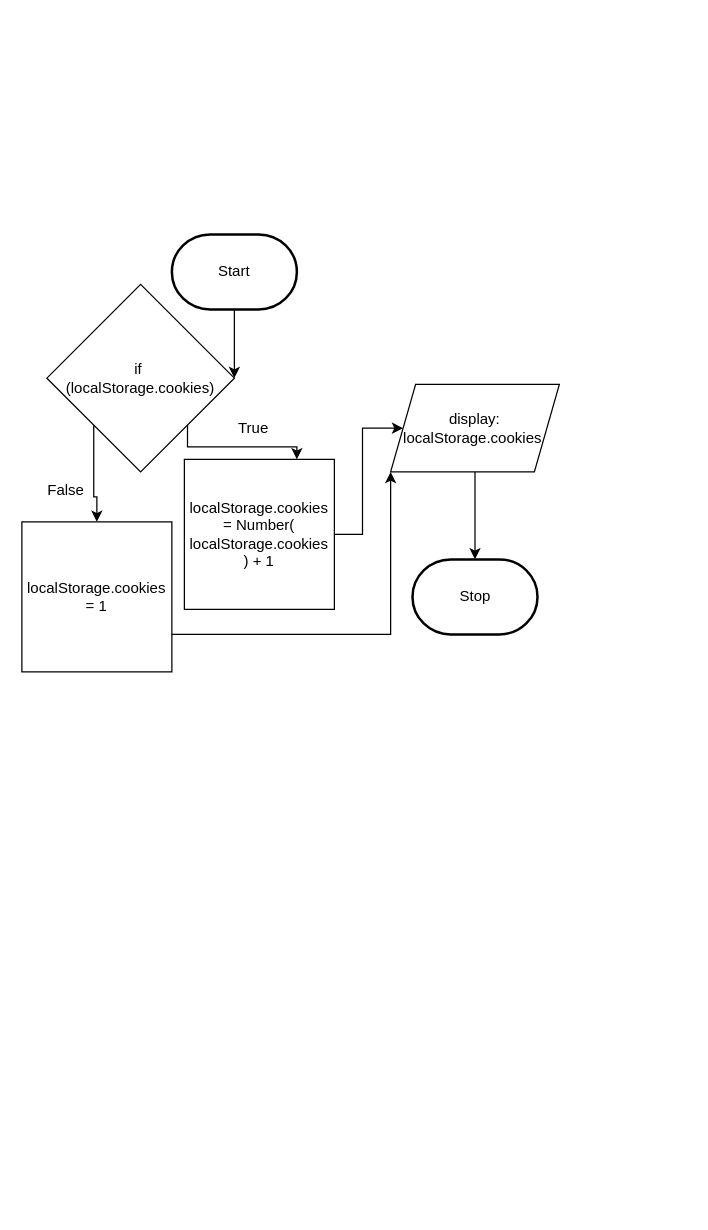
Before: design/flowchart.drawio in pablo-fiallos-granados/ICD2O-Final-Project-pablo-fiallos-granados, a draw.io diagram. Source tidied: cells renumbered, new cells numbered last; positions are measured from the earlier drawing's top-left corner, leaving out a move shared by most shapes. Both pictures are drawn from the tidied source at 125%, with x=0, y=0 at pixel (21, 234).
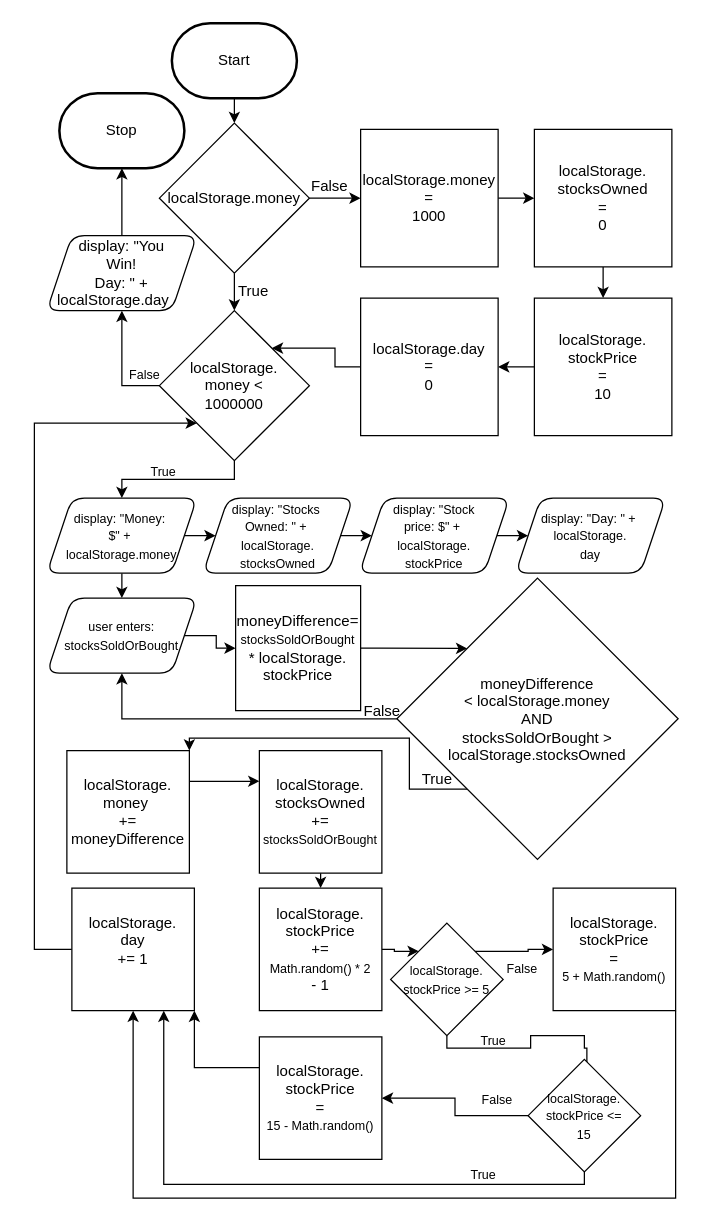
The same page after the edit.

Commit message (it also covers changes not shown here):
storyboard, flowchart

The edit, as a diff of the source:
```diff
@@
-    <mxCell id="2" style="edgeStyle=orthogonalEdgeStyle;html=1;rounded=0;entryX=1;entryY=0.5;entryDx=0;entryDy=0;" parent="1" edge="1" source="3" target="11">
-      <mxGeometry relative="1" as="geometry">
-        <Array as="points">
-          <mxPoint x="170" y="110" />
-        </Array>
-      </mxGeometry>
-    </mxCell>
+    <mxCell id="16" style="edgeStyle=orthogonalEdgeStyle;rounded=0;html=1;exitX=0.5;exitY=1;exitDx=0;exitDy=0;exitPerimeter=0;entryX=0.5;entryY=0;entryDx=0;entryDy=0;" parent="1" edge="1" source="3" target="19">
+      <mxGeometry relative="1" as="geometry" />
+    </mxCell>
     <mxCell id="3" value="Start" style="strokeWidth=2;html=1;shape=mxgraph.flowchart.terminator;whiteSpace=wrap;" parent="1" vertex="1">
-      <mxGeometry x="120" width="100" height="60" as="geometry" />
+      <mxGeometry x="120" y="-169" width="100" height="60" as="geometry" />
     </mxCell>
     <mxCell id="4" value="Stop" style="strokeWidth=2;html=1;shape=mxgraph.flowchart.terminator;whiteSpace=wrap;" parent="1" vertex="1">
-      <mxGeometry x="312.5" y="260" width="100" height="60" as="geometry" />
+      <mxGeometry x="30" y="-113" width="100" height="60" as="geometry" />
     </mxCell>
-    <mxCell id="5" style="edgeStyle=orthogonalEdgeStyle;html=1;entryX=0;entryY=0.5;entryDx=0;entryDy=0;rounded=0;" parent="1" edge="1" source="6" target="8">
-      <mxGeometry relative="1" as="geometry" />
-    </mxCell>
-    <mxCell id="6" value="localStorage.cookies&lt;br&gt;= Number(&lt;br&gt;localStorage.cookies&lt;br&gt;) + 1" style="whiteSpace=wrap;html=1;" parent="1" vertex="1">
-      <mxGeometry x="130" y="180" width="120" height="120" as="geometry" />
-    </mxCell>
-    <mxCell id="7" style="edgeStyle=orthogonalEdgeStyle;rounded=0;html=1;exitX=0.5;exitY=1;exitDx=0;exitDy=0;entryX=0.5;entryY=0;entryDx=0;entryDy=0;entryPerimeter=0;" parent="1" edge="1" source="8" target="4">
-      <mxGeometry relative="1" as="geometry" />
-    </mxCell>
-    <mxCell id="8" value="display:&lt;br&gt;localStorage.cookies&amp;nbsp;" style="shape=parallelogram;perimeter=parallelogramPerimeter;whiteSpace=wrap;html=1;fixedSize=1;" parent="1" vertex="1">
-      <mxGeometry x="295" y="120" width="135" height="70" as="geometry" />
-    </mxCell>
-    <mxCell id="9" style="edgeStyle=orthogonalEdgeStyle;rounded=0;html=1;exitX=1;exitY=1;exitDx=0;exitDy=0;entryX=0.75;entryY=0;entryDx=0;entryDy=0;" parent="1" edge="1" source="11" target="6">
-      <mxGeometry relative="1" as="geometry">
-        <Array as="points">
-          <mxPoint x="132" y="170" />
-          <mxPoint x="220" y="170" />
-        </Array>
-      </mxGeometry>
-    </mxCell>
-    <mxCell id="10" style="edgeStyle=orthogonalEdgeStyle;rounded=0;html=1;exitX=0;exitY=1;exitDx=0;exitDy=0;entryX=0.5;entryY=0;entryDx=0;entryDy=0;" parent="1" edge="1" source="11" target="15">
-      <mxGeometry relative="1" as="geometry" />
-    </mxCell>
-    <mxCell id="11" value="if&amp;nbsp;&lt;br&gt;(localStorage.cookies)" style="rhombus;whiteSpace=wrap;html=1;" parent="1" vertex="1">
-      <mxGeometry x="20" y="40" width="150" height="150" as="geometry" />
-    </mxCell>
+    <mxCell id="17" style="edgeStyle=orthogonalEdgeStyle;rounded=0;html=1;exitX=1;exitY=0.5;exitDx=0;exitDy=0;entryX=0;entryY=0.5;entryDx=0;entryDy=0;" parent="1" edge="1" source="19" target="21">
+      <mxGeometry relative="1" as="geometry" />
+    </mxCell>
+    <mxCell id="18" style="edgeStyle=orthogonalEdgeStyle;rounded=0;html=1;exitX=0.5;exitY=1;exitDx=0;exitDy=0;entryX=0.5;entryY=0;entryDx=0;entryDy=0;" parent="1" edge="1" source="19" target="30">
+      <mxGeometry relative="1" as="geometry" />
+    </mxCell>
+    <mxCell id="19" value="localStorage.money&lt;br&gt;" style="rhombus;whiteSpace=wrap;html=1;" parent="1" vertex="1">
+      <mxGeometry x="110" y="-89" width="120" height="120" as="geometry" />
+    </mxCell>
+    <mxCell id="20" style="edgeStyle=orthogonalEdgeStyle;rounded=0;html=1;exitX=1;exitY=0.5;exitDx=0;exitDy=0;entryX=0;entryY=0.5;entryDx=0;entryDy=0;" parent="1" edge="1" source="21" target="23">
+      <mxGeometry relative="1" as="geometry" />
+    </mxCell>
+    <mxCell id="21" value="localStorage.money&lt;br&gt;=&lt;br&gt;1000" style="whiteSpace=wrap;html=1;" parent="1" vertex="1">
+      <mxGeometry x="271" y="-84" width="110" height="110" as="geometry" />
+    </mxCell>
+    <mxCell id="13" value="False" style="text;html=1;align=center;verticalAlign=middle;strokeColor=none;fillColor=none;" parent="1" vertex="1">
+      <mxGeometry x="221" y="-53" width="50" height="30" as="geometry" />
+    </mxCell>
     <mxCell id="12" value="True" style="text;html=1;align=center;verticalAlign=middle;strokeColor=none;fillColor=none;" parent="1" vertex="1">
-      <mxGeometry x="160" y="140" width="50" height="30" as="geometry" />
+      <mxGeometry x="160" y="31" width="50" height="30" as="geometry" />
     </mxCell>
-    <mxCell id="13" value="False" style="text;html=1;align=center;verticalAlign=middle;strokeColor=none;fillColor=none;" parent="1" vertex="1">
-      <mxGeometry x="10" y="190" width="50" height="30" as="geometry" />
-    </mxCell>
-    <mxCell id="14" style="edgeStyle=orthogonalEdgeStyle;rounded=0;html=1;exitX=1;exitY=0.75;exitDx=0;exitDy=0;entryX=0;entryY=1;entryDx=0;entryDy=0;" parent="1" edge="1" source="15" target="8">
-      <mxGeometry relative="1" as="geometry" />
-    </mxCell>
-    <mxCell id="15" value="localStorage.cookies&lt;br&gt;= 1" style="whiteSpace=wrap;html=1;" parent="1" vertex="1">
-      <mxGeometry y="230" width="120" height="120" as="geometry" />
-    </mxCell>
+    <mxCell id="22" style="edgeStyle=orthogonalEdgeStyle;rounded=0;html=1;exitX=0.5;exitY=1;exitDx=0;exitDy=0;entryX=0.5;entryY=0;entryDx=0;entryDy=0;" parent="1" edge="1" source="23" target="25">
+      <mxGeometry relative="1" as="geometry" />
+    </mxCell>
+    <mxCell id="23" value="localStorage.&lt;br&gt;stocksOwned&lt;br&gt;=&lt;br&gt;0" style="whiteSpace=wrap;html=1;" parent="1" vertex="1">
+      <mxGeometry x="410" y="-84" width="110" height="110" as="geometry" />
+    </mxCell>
+    <mxCell id="24" style="edgeStyle=orthogonalEdgeStyle;rounded=0;html=1;exitX=0;exitY=0.5;exitDx=0;exitDy=0;entryX=1;entryY=0.5;entryDx=0;entryDy=0;" parent="1" edge="1" source="25" target="27">
+      <mxGeometry relative="1" as="geometry" />
+    </mxCell>
+    <mxCell id="25" value="localStorage.&lt;br&gt;stockPrice&lt;br&gt;=&lt;br&gt;10" style="whiteSpace=wrap;html=1;" parent="1" vertex="1">
+      <mxGeometry x="410" y="51" width="110" height="110" as="geometry" />
+    </mxCell>
+    <mxCell id="26" style="edgeStyle=orthogonalEdgeStyle;rounded=0;html=1;exitX=0;exitY=0.5;exitDx=0;exitDy=0;entryX=1;entryY=0;entryDx=0;entryDy=0;" parent="1" edge="1" source="27" target="30">
+      <mxGeometry relative="1" as="geometry" />
+    </mxCell>
+    <mxCell id="27" value="localStorage.day&lt;br&gt;=&lt;br&gt;0" style="whiteSpace=wrap;html=1;" parent="1" vertex="1">
+      <mxGeometry x="271" y="51" width="110" height="110" as="geometry" />
+    </mxCell>
+    <mxCell id="28" style="edgeStyle=orthogonalEdgeStyle;rounded=0;html=1;exitX=0;exitY=0.5;exitDx=0;exitDy=0;entryX=0.5;entryY=1;entryDx=0;entryDy=0;" parent="1" edge="1" source="30" target="32">
+      <mxGeometry relative="1" as="geometry" />
+    </mxCell>
+    <mxCell id="29" style="edgeStyle=orthogonalEdgeStyle;rounded=0;html=1;exitX=0.5;exitY=1;exitDx=0;exitDy=0;entryX=0.5;entryY=0;entryDx=0;entryDy=0;fontSize=10;" parent="1" edge="1" source="30" target="35">
+      <mxGeometry relative="1" as="geometry" />
+    </mxCell>
+    <mxCell id="30" value="localStorage.&lt;br&gt;money &amp;lt;&lt;br&gt;1000000" style="rhombus;whiteSpace=wrap;html=1;" parent="1" vertex="1">
+      <mxGeometry x="110" y="61" width="120" height="120" as="geometry" />
+    </mxCell>
+    <mxCell id="31" style="edgeStyle=orthogonalEdgeStyle;rounded=0;html=1;exitX=0.5;exitY=0;exitDx=0;exitDy=0;entryX=0.5;entryY=1;entryDx=0;entryDy=0;entryPerimeter=0;" parent="1" edge="1" source="32" target="4">
+      <mxGeometry relative="1" as="geometry" />
+    </mxCell>
+    <mxCell id="32" value="display: &quot;You &lt;br&gt;Win!&lt;br&gt;Day: &quot; + &lt;br&gt;localStorage.day&amp;nbsp; &amp;nbsp;&amp;nbsp;" style="shape=parallelogram;perimeter=parallelogramPerimeter;whiteSpace=wrap;html=1;fixedSize=1;rounded=1;" parent="1" vertex="1">
+      <mxGeometry x="20" y="1" width="120" height="60" as="geometry" />
+    </mxCell>
+    <mxCell id="33" style="edgeStyle=orthogonalEdgeStyle;rounded=0;html=1;exitX=1;exitY=0.5;exitDx=0;exitDy=0;entryX=0;entryY=0.5;entryDx=0;entryDy=0;fontSize=10;" parent="1" edge="1" source="35" target="37">
+      <mxGeometry relative="1" as="geometry" />
+    </mxCell>
+    <mxCell id="34" style="edgeStyle=orthogonalEdgeStyle;rounded=0;html=1;exitX=0.5;exitY=1;exitDx=0;exitDy=0;entryX=0.5;entryY=0;entryDx=0;entryDy=0;fontSize=10;" parent="1" edge="1" source="35" target="42">
+      <mxGeometry relative="1" as="geometry" />
+    </mxCell>
+    <mxCell id="35" value="&lt;font style=&quot;font-size: 10px;&quot;&gt;display: &quot;Money:&amp;nbsp;&lt;br&gt;$&quot; +&amp;nbsp;&lt;br&gt;localStorage.money&lt;/font&gt;" style="shape=parallelogram;perimeter=parallelogramPerimeter;whiteSpace=wrap;html=1;fixedSize=1;rounded=1;" parent="1" vertex="1">
+      <mxGeometry x="20" y="211" width="120" height="60" as="geometry" />
+    </mxCell>
+    <mxCell id="36" style="edgeStyle=orthogonalEdgeStyle;rounded=0;html=1;exitX=1;exitY=0.5;exitDx=0;exitDy=0;entryX=0;entryY=0.5;entryDx=0;entryDy=0;fontSize=10;" parent="1" edge="1" source="37" target="39">
+      <mxGeometry relative="1" as="geometry">
+        <Array as="points">
+          <mxPoint x="280" y="241" />
+          <mxPoint x="280" y="241" />
+        </Array>
+      </mxGeometry>
+    </mxCell>
+    <mxCell id="37" value="&lt;font style=&quot;font-size: 10px;&quot;&gt;display: &quot;Stocks&amp;nbsp;&lt;br&gt;Owned: &quot; +&amp;nbsp;&lt;br&gt;localStorage.&lt;br&gt;stocksOwned&lt;br&gt;&lt;/font&gt;" style="shape=parallelogram;perimeter=parallelogramPerimeter;whiteSpace=wrap;html=1;fixedSize=1;rounded=1;" parent="1" vertex="1">
+      <mxGeometry x="145" y="211" width="120" height="60" as="geometry" />
+    </mxCell>
+    <mxCell id="38" style="edgeStyle=orthogonalEdgeStyle;rounded=0;html=1;exitX=1;exitY=0.5;exitDx=0;exitDy=0;entryX=0;entryY=0.5;entryDx=0;entryDy=0;fontSize=10;" parent="1" edge="1" source="39" target="40">
+      <mxGeometry relative="1" as="geometry">
+        <Array as="points">
+          <mxPoint x="400" y="241" />
+          <mxPoint x="400" y="241" />
+        </Array>
+      </mxGeometry>
+    </mxCell>
+    <mxCell id="39" value="&lt;font style=&quot;&quot;&gt;&lt;span style=&quot;font-size: 10px;&quot;&gt;display: &quot;Stock &lt;br&gt;price: $&quot; +&amp;nbsp;&lt;/span&gt;&lt;br&gt;&lt;span style=&quot;font-size: 10px;&quot;&gt;localStorage.&lt;/span&gt;&lt;br&gt;&lt;span style=&quot;font-size: 10px;&quot;&gt;stockPrice&lt;/span&gt;&lt;br&gt;&lt;/font&gt;" style="shape=parallelogram;perimeter=parallelogramPerimeter;whiteSpace=wrap;html=1;fixedSize=1;rounded=1;" parent="1" vertex="1">
+      <mxGeometry x="270" y="211" width="120" height="60" as="geometry" />
+    </mxCell>
+    <mxCell id="40" value="&lt;font style=&quot;&quot;&gt;&lt;span style=&quot;font-size: 10px;&quot;&gt;display: &quot;Day: &quot; +&amp;nbsp;&lt;/span&gt;&lt;br&gt;&lt;span style=&quot;font-size: 10px;&quot;&gt;localStorage.&lt;/span&gt;&lt;br&gt;&lt;span style=&quot;font-size: 10px;&quot;&gt;day&lt;/span&gt;&lt;br&gt;&lt;/font&gt;" style="shape=parallelogram;perimeter=parallelogramPerimeter;whiteSpace=wrap;html=1;fixedSize=1;rounded=1;" parent="1" vertex="1">
+      <mxGeometry x="395" y="211" width="120" height="60" as="geometry" />
+    </mxCell>
+    <mxCell id="41" style="edgeStyle=orthogonalEdgeStyle;html=1;exitX=1;exitY=0.5;exitDx=0;exitDy=0;entryX=0;entryY=0.5;entryDx=0;entryDy=0;rounded=0;" parent="1" edge="1" source="42" target="44">
+      <mxGeometry relative="1" as="geometry" />
+    </mxCell>
+    <mxCell id="42" value="&lt;font style=&quot;&quot;&gt;&lt;span style=&quot;font-size: 10px;&quot;&gt;user enters: &lt;br&gt;stocksSoldOrBought&lt;/span&gt;&lt;br&gt;&lt;/font&gt;" style="shape=parallelogram;perimeter=parallelogramPerimeter;whiteSpace=wrap;html=1;fixedSize=1;rounded=1;" parent="1" vertex="1">
+      <mxGeometry x="20" y="291" width="120" height="60" as="geometry" />
+    </mxCell>
+    <mxCell id="43" style="edgeStyle=orthogonalEdgeStyle;rounded=0;html=1;exitX=1;exitY=0.5;exitDx=0;exitDy=0;entryX=0;entryY=0;entryDx=0;entryDy=0;fontSize=12;" parent="1" edge="1" source="44" target="47">
+      <mxGeometry relative="1" as="geometry" />
+    </mxCell>
+    <mxCell id="44" value="moneyDifference=&lt;br&gt;&lt;span style=&quot;font-size: 10px;&quot;&gt;stocksSoldOrBought&lt;/span&gt;&lt;br style=&quot;&quot;&gt;&lt;font style=&quot;font-size: 12px;&quot;&gt;* localStorage.&lt;br&gt;stockPrice&lt;br&gt;&lt;/font&gt;" style="whiteSpace=wrap;html=1;" parent="1" vertex="1">
+      <mxGeometry x="171" y="281" width="100" height="100" as="geometry" />
+    </mxCell>
+    <mxCell id="45" style="edgeStyle=orthogonalEdgeStyle;rounded=0;html=1;exitX=0;exitY=0.5;exitDx=0;exitDy=0;entryX=0.5;entryY=1;entryDx=0;entryDy=0;fontSize=12;" parent="1" edge="1" source="47" target="42">
+      <mxGeometry relative="1" as="geometry" />
+    </mxCell>
+    <mxCell id="46" style="edgeStyle=orthogonalEdgeStyle;rounded=0;html=1;exitX=0;exitY=1;exitDx=0;exitDy=0;entryX=1;entryY=0;entryDx=0;entryDy=0;fontSize=12;" parent="1" edge="1" source="47" target="50">
+      <mxGeometry relative="1" as="geometry">
+        <Array as="points">
+          <mxPoint x="310" y="444" />
+          <mxPoint x="310" y="403" />
+          <mxPoint x="134" y="403" />
+        </Array>
+      </mxGeometry>
+    </mxCell>
+    <mxCell id="47" value="moneyDifference&lt;br&gt;&amp;lt; localStorage.money&lt;br&gt;AND&lt;br&gt;stocksSoldOrBought &amp;gt;&lt;br&gt;localStorage.stocksOwned" style="rhombus;whiteSpace=wrap;html=1;fontSize=12;" parent="1" vertex="1">
+      <mxGeometry x="300" y="275" width="225" height="225" as="geometry" />
+    </mxCell>
+    <mxCell id="48" value="False" style="text;html=1;align=center;verticalAlign=middle;strokeColor=none;fillColor=none;fontSize=12;" parent="1" vertex="1">
+      <mxGeometry x="263" y="367" width="50" height="30" as="geometry" />
+    </mxCell>
+    <mxCell id="49" style="edgeStyle=orthogonalEdgeStyle;rounded=0;html=1;exitX=1;exitY=0.25;exitDx=0;exitDy=0;entryX=0;entryY=0.25;entryDx=0;entryDy=0;fontSize=12;" parent="1" edge="1" source="50" target="53">
+      <mxGeometry relative="1" as="geometry" />
+    </mxCell>
+    <mxCell id="50" value="&lt;font style=&quot;font-size: 12px;&quot;&gt;localStorage.&lt;br&gt;money&amp;nbsp;&lt;br&gt;+=&lt;br&gt;moneyDifference&lt;br&gt;&lt;/font&gt;" style="whiteSpace=wrap;html=1;" parent="1" vertex="1">
+      <mxGeometry x="36" y="413" width="98" height="98" as="geometry" />
+    </mxCell>
+    <mxCell id="51" value="True" style="text;html=1;align=center;verticalAlign=middle;strokeColor=none;fillColor=none;fontSize=12;" parent="1" vertex="1">
+      <mxGeometry x="307" y="421" width="50" height="30" as="geometry" />
+    </mxCell>
+    <mxCell id="52" style="edgeStyle=orthogonalEdgeStyle;rounded=0;html=1;exitX=0.5;exitY=1;exitDx=0;exitDy=0;entryX=0.5;entryY=0;entryDx=0;entryDy=0;fontSize=12;" parent="1" edge="1" source="53" target="55">
+      <mxGeometry relative="1" as="geometry" />
+    </mxCell>
+    <mxCell id="53" value="&lt;font style=&quot;font-size: 12px;&quot;&gt;localStorage.&lt;br&gt;stocksOwned&lt;br&gt;+=&lt;br&gt;&lt;span style=&quot;font-size: 10px;&quot;&gt;stocksSoldOrBought&lt;/span&gt;&lt;br&gt;&lt;/font&gt;" style="whiteSpace=wrap;html=1;" parent="1" vertex="1">
+      <mxGeometry x="190" y="413" width="98" height="98" as="geometry" />
+    </mxCell>
+    <mxCell id="54" style="edgeStyle=orthogonalEdgeStyle;rounded=0;html=1;exitX=1;exitY=0.5;exitDx=0;exitDy=0;entryX=0;entryY=0;entryDx=0;entryDy=0;fontSize=10;" parent="1" edge="1" source="55" target="60">
+      <mxGeometry relative="1" as="geometry" />
+    </mxCell>
+    <mxCell id="55" value="&lt;font style=&quot;&quot;&gt;localStorage.&lt;br&gt;stockPrice&lt;br&gt;+=&lt;br&gt;&lt;span style=&quot;font-size: 10px;&quot;&gt;Math.random() * 2&lt;br&gt;&lt;/span&gt;- 1&lt;br&gt;&lt;/font&gt;" style="whiteSpace=wrap;html=1;" parent="1" vertex="1">
+      <mxGeometry x="190" y="523" width="98" height="98" as="geometry" />
+    </mxCell>
+    <mxCell id="56" style="edgeStyle=orthogonalEdgeStyle;rounded=0;html=1;exitX=0;exitY=0.5;exitDx=0;exitDy=0;fontSize=10;entryX=0;entryY=1;entryDx=0;entryDy=0;" parent="1" edge="1" source="57" target="30">
+      <mxGeometry relative="1" as="geometry">
+        <Array as="points">
+          <mxPoint x="10" y="572" />
+          <mxPoint x="10" y="151" />
+        </Array>
+      </mxGeometry>
+    </mxCell>
+    <mxCell id="57" value="&lt;font style=&quot;&quot;&gt;localStorage.&lt;br&gt;day&lt;br&gt;+= 1&lt;br&gt;&lt;br&gt;&lt;/font&gt;" style="whiteSpace=wrap;html=1;" parent="1" vertex="1">
+      <mxGeometry x="40" y="523" width="98" height="98" as="geometry" />
+    </mxCell>
+    <mxCell id="58" style="edgeStyle=orthogonalEdgeStyle;rounded=0;html=1;exitX=0.5;exitY=1;exitDx=0;exitDy=0;entryX=0;entryY=0;entryDx=0;entryDy=0;fontSize=10;" parent="1" edge="1" source="60" target="68">
+      <mxGeometry relative="1" as="geometry">
+        <Array as="points">
+          <mxPoint x="340" y="651" />
+          <mxPoint x="407" y="651" />
+          <mxPoint x="407" y="641" />
+          <mxPoint x="450" y="641" />
+          <mxPoint x="450" y="651" />
+          <mxPoint x="452" y="651" />
+        </Array>
+      </mxGeometry>
+    </mxCell>
+    <mxCell id="59" style="edgeStyle=orthogonalEdgeStyle;rounded=0;html=1;exitX=1;exitY=0;exitDx=0;exitDy=0;fontSize=10;" parent="1" edge="1" source="60" target="62">
+      <mxGeometry relative="1" as="geometry" />
+    </mxCell>
+    <mxCell id="60" value="&lt;font style=&quot;font-size: 10px;&quot;&gt;localStorage.&lt;br&gt;stockPrice &amp;gt;= 5&lt;/font&gt;" style="rhombus;whiteSpace=wrap;html=1;fontSize=12;" parent="1" vertex="1">
+      <mxGeometry x="295" y="551" width="90" height="90" as="geometry" />
+    </mxCell>
+    <mxCell id="61" style="edgeStyle=orthogonalEdgeStyle;rounded=0;html=1;exitX=1;exitY=1;exitDx=0;exitDy=0;fontSize=10;entryX=0.5;entryY=1;entryDx=0;entryDy=0;" parent="1" edge="1" source="62" target="57">
+      <mxGeometry relative="1" as="geometry">
+        <Array as="points">
+          <mxPoint x="523" y="771" />
+          <mxPoint x="89" y="771" />
+        </Array>
+      </mxGeometry>
+    </mxCell>
+    <mxCell id="62" value="&lt;font style=&quot;&quot;&gt;localStorage.&lt;br&gt;stockPrice&lt;br&gt;=&lt;br&gt;&lt;span style=&quot;font-size: 10px;&quot;&gt;5 + Math.random()&lt;/span&gt;&lt;br&gt;&lt;/font&gt;" style="whiteSpace=wrap;html=1;" parent="1" vertex="1">
+      <mxGeometry x="425" y="523" width="98" height="98" as="geometry" />
+    </mxCell>
+    <mxCell id="63" value="True" style="text;html=1;align=center;verticalAlign=middle;strokeColor=none;fillColor=none;fontSize=10;" parent="1" vertex="1">
+      <mxGeometry x="357" y="630" width="40" height="30" as="geometry" />
+    </mxCell>
+    <mxCell id="64" value="False" style="text;html=1;align=center;verticalAlign=middle;strokeColor=none;fillColor=none;fontSize=10;" parent="1" vertex="1">
+      <mxGeometry x="375" y="572" width="50" height="30" as="geometry" />
+    </mxCell>
+    <mxCell id="65" style="edgeStyle=orthogonalEdgeStyle;rounded=0;html=1;exitX=0;exitY=0.5;exitDx=0;exitDy=0;entryX=1;entryY=0.5;entryDx=0;entryDy=0;fontSize=10;" parent="1" edge="1" source="68" target="70">
+      <mxGeometry relative="1" as="geometry" />
+    </mxCell>
+    <mxCell id="66" style="edgeStyle=orthogonalEdgeStyle;rounded=0;html=1;exitX=0.5;exitY=1;exitDx=0;exitDy=0;entryX=0.75;entryY=1;entryDx=0;entryDy=0;fontSize=10;" parent="1" edge="1" source="68" target="57">
+      <mxGeometry relative="1" as="geometry" />
+    </mxCell>
+    <mxCell id="67" value="True" style="edgeLabel;html=1;align=center;verticalAlign=middle;fontSize=10;" parent="66" vertex="1">
+      <mxGeometry x="-0.62" y="-9" relative="1" as="geometry" />
+    </mxCell>
+    <mxCell id="68" value="&lt;font style=&quot;font-size: 10px;&quot;&gt;localStorage.&lt;br&gt;stockPrice &amp;lt;= &lt;br&gt;15&lt;/font&gt;" style="rhombus;whiteSpace=wrap;html=1;fontSize=12;" parent="1" vertex="1">
+      <mxGeometry x="405" y="660" width="90" height="90" as="geometry" />
+    </mxCell>
+    <mxCell id="69" style="edgeStyle=orthogonalEdgeStyle;rounded=0;html=1;exitX=0;exitY=0.25;exitDx=0;exitDy=0;entryX=1;entryY=1;entryDx=0;entryDy=0;fontSize=10;" parent="1" edge="1" source="70" target="57">
+      <mxGeometry relative="1" as="geometry" />
+    </mxCell>
+    <mxCell id="70" value="&lt;font style=&quot;&quot;&gt;localStorage.&lt;br&gt;stockPrice&lt;br&gt;=&lt;br&gt;&lt;span style=&quot;font-size: 10px;&quot;&gt;15 - Math.random()&lt;/span&gt;&lt;br&gt;&lt;/font&gt;" style="whiteSpace=wrap;html=1;" parent="1" vertex="1">
+      <mxGeometry x="190" y="642" width="98" height="98" as="geometry" />
+    </mxCell>
+    <mxCell id="71" value="False" style="text;html=1;align=center;verticalAlign=middle;strokeColor=none;fillColor=none;fontSize=10;" parent="1" vertex="1">
+      <mxGeometry x="355" y="677" width="50" height="30" as="geometry" />
+    </mxCell>
+    <mxCell id="72" value="False" style="text;html=1;align=center;verticalAlign=middle;strokeColor=none;fillColor=none;fontSize=10;" parent="1" vertex="1">
+      <mxGeometry x="73" y="97" width="50" height="30" as="geometry" />
+    </mxCell>
+    <mxCell id="73" value="True" style="text;html=1;align=center;verticalAlign=middle;strokeColor=none;fillColor=none;fontSize=10;" parent="1" vertex="1">
+      <mxGeometry x="93" y="175" width="40" height="30" as="geometry" />
+    </mxCell>
```
